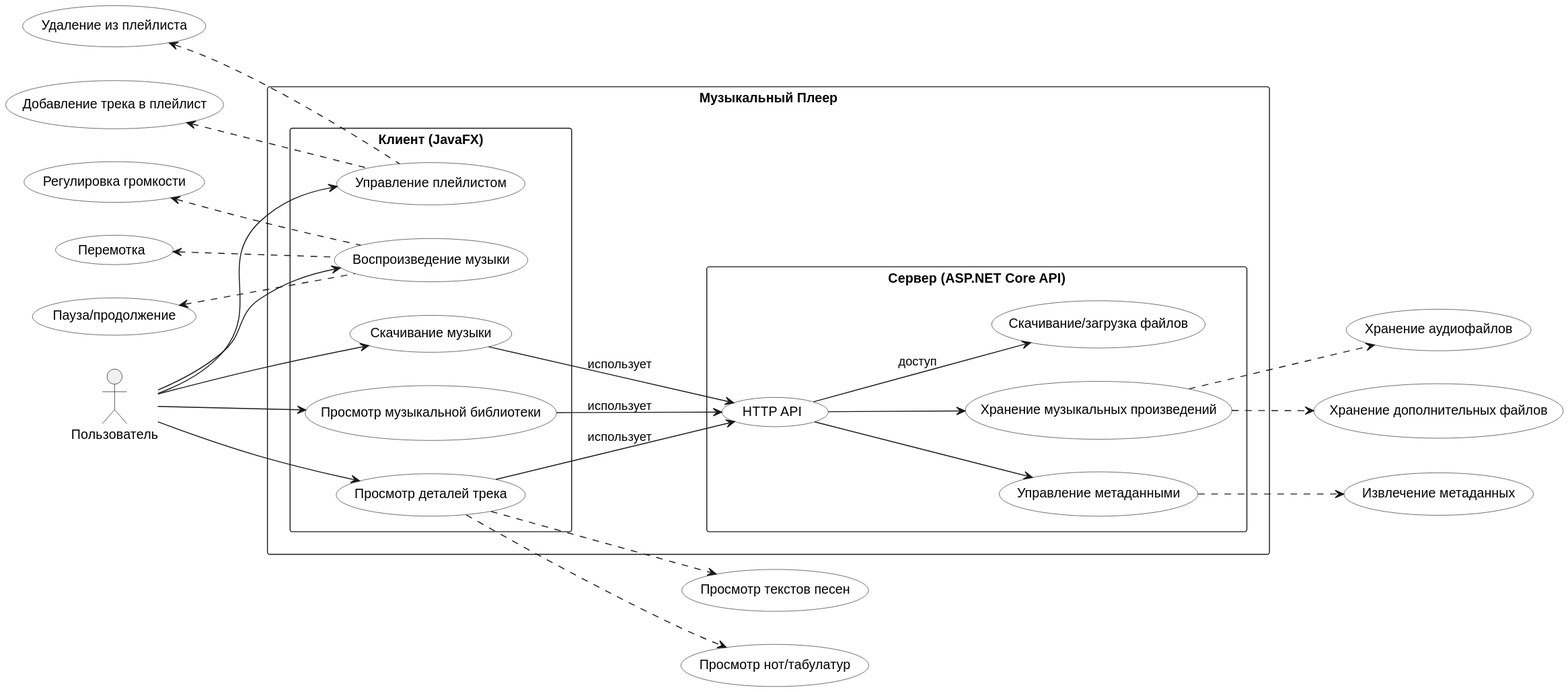
This is Docs/UseCaseDigram.svg from vaClev/MusicPlayer, a PlantUML export, as it was before one commit. The source it was exported from:
```plantuml
@startuml
left to right direction
skinparam usecase {
  BackgroundColor White
  BorderColor #2E3436
}

actor "Пользователь" as User

rectangle "Музыкальный Плеер" {
  rectangle "Клиент (JavaFX)" {
    (Просмотр музыкальной библиотеки) as UC1
    (Воспроизведение музыки) as UC2
    (Управление плейлистом) as UC3
    (Скачивание музыки) as UC4
    (Просмотр деталей трека) as UC5
  }

  rectangle "Сервер (ASP.NET Core API)" {
    (Хранение музыкальных произведений) as UC6
    (Управление метаданными) as UC7
    (Скачивание/загрузка файлов) as UC8
    (HTTP API) as UC9
  }
}

User --> UC1
User --> UC2
User --> UC3
User --> UC4
User --> UC5

UC1 --> UC9 : использует
UC4 --> UC9 : использует
UC5 --> UC9 : использует


UC9 --> UC6
UC9 --> UC7
UC9 --> UC8 : доступ

UC2 .up.> (Пауза/продолжение)
UC2 .up.> (Перемотка)
UC2 .up.> (Регулировка громкости)
UC3 .up.> (Добавление трека в плейлист)
UC3 .up.> (Удаление из плейлиста)


UC5 .down.> (Просмотр текстов песен)
UC5 .down.> (Просмотр нот/табулатур)

UC6 .down.> (Хранение аудиофайлов)
UC6 .down.> (Хранение дополнительных файлов)
UC7 .down.> (Извлечение метаданных)
@enduml
```
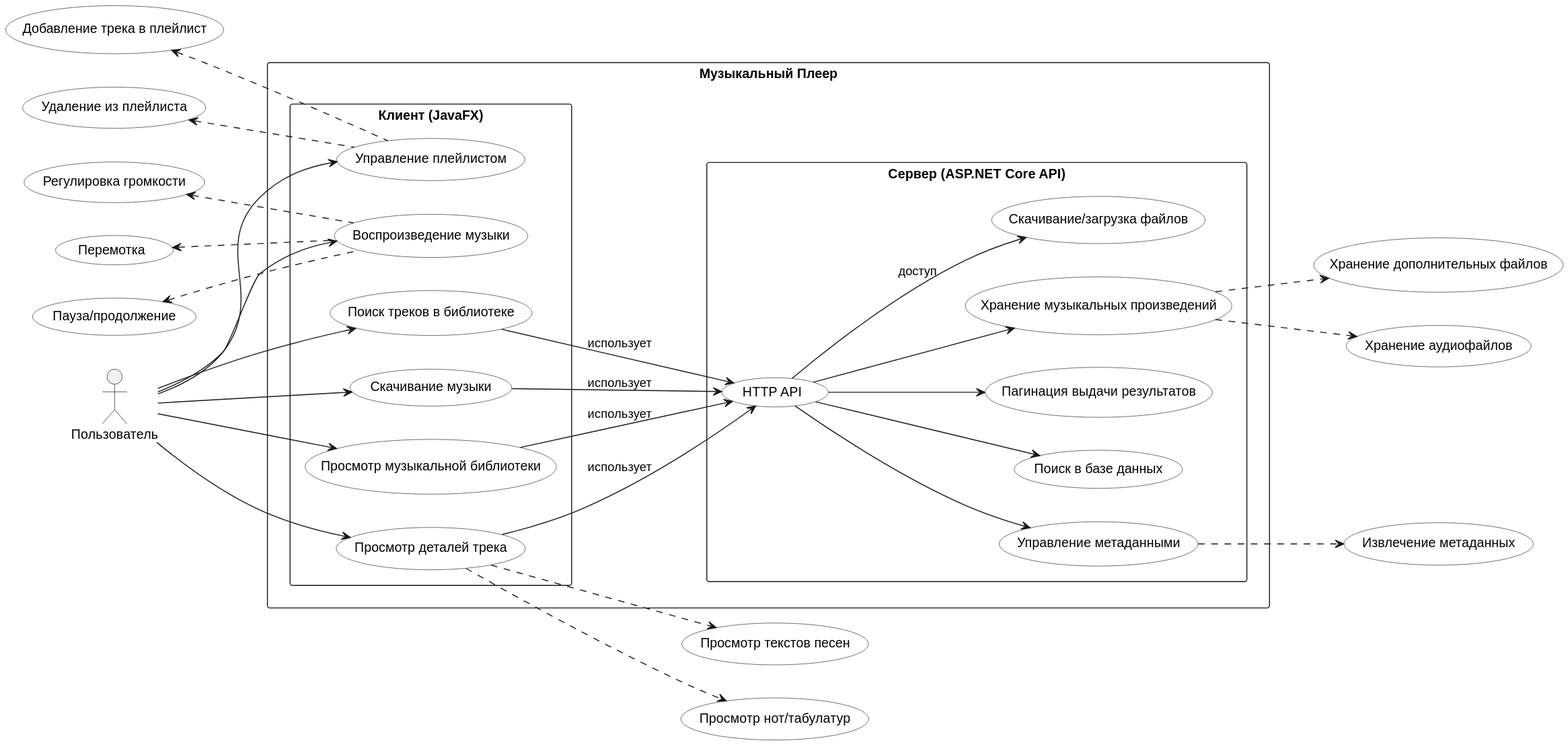
After the change.

Change to the diagram source:
```diff
@@ -10,6 +10,7 @@
 rectangle "Музыкальный Плеер" {
   rectangle "Клиент (JavaFX)" {
     (Просмотр музыкальной библиотеки) as UC1
+    (Поиск треков в библиотеке) as UC1.1
     (Воспроизведение музыки) as UC2
     (Управление плейлистом) as UC3
     (Скачивание музыки) as UC4
@@ -18,6 +19,8 @@
 
   rectangle "Сервер (ASP.NET Core API)" {
     (Хранение музыкальных произведений) as UC6
+    (Поиск в базе данных) as UC10
+    (Пагинация выдачи результатов) as UC11
     (Управление метаданными) as UC7
     (Скачивание/загрузка файлов) as UC8
     (HTTP API) as UC9
@@ -25,12 +28,14 @@
 }
 
 User --> UC1
+User --> UC1.1
 User --> UC2
 User --> UC3
 User --> UC4
 User --> UC5
 
 UC1 --> UC9 : использует
+UC1.1 --> UC9 : использует
 UC4 --> UC9 : использует
 UC5 --> UC9 : использует
 
@@ -38,6 +43,8 @@
 UC9 --> UC6
 UC9 --> UC7
 UC9 --> UC8 : доступ
+UC9 --> UC10
+UC9 --> UC11
 
 UC2 .up.> (Пауза/продолжение)
 UC2 .up.> (Перемотка)
```
